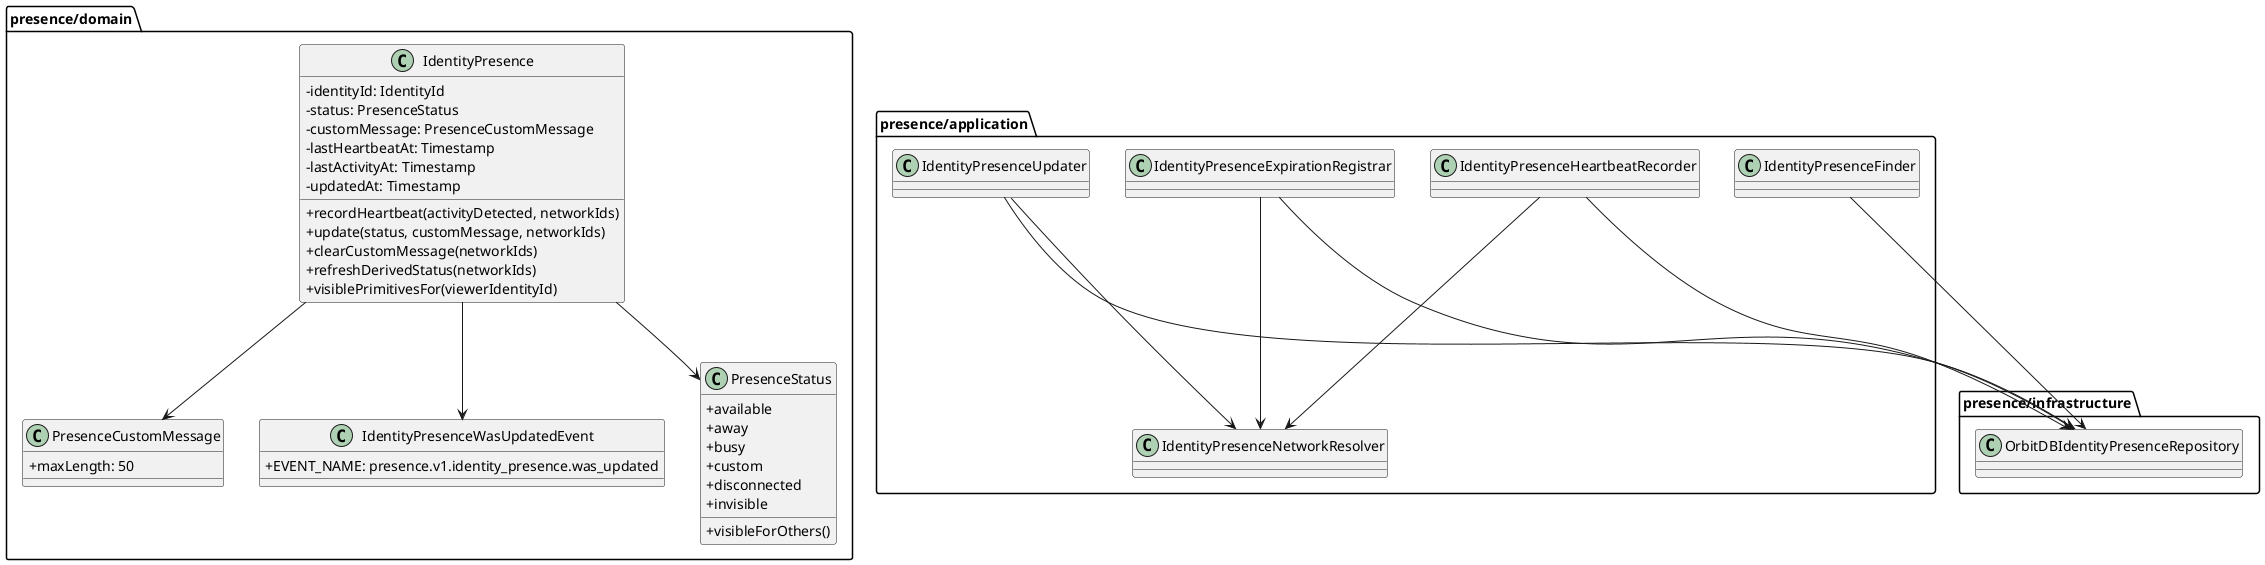
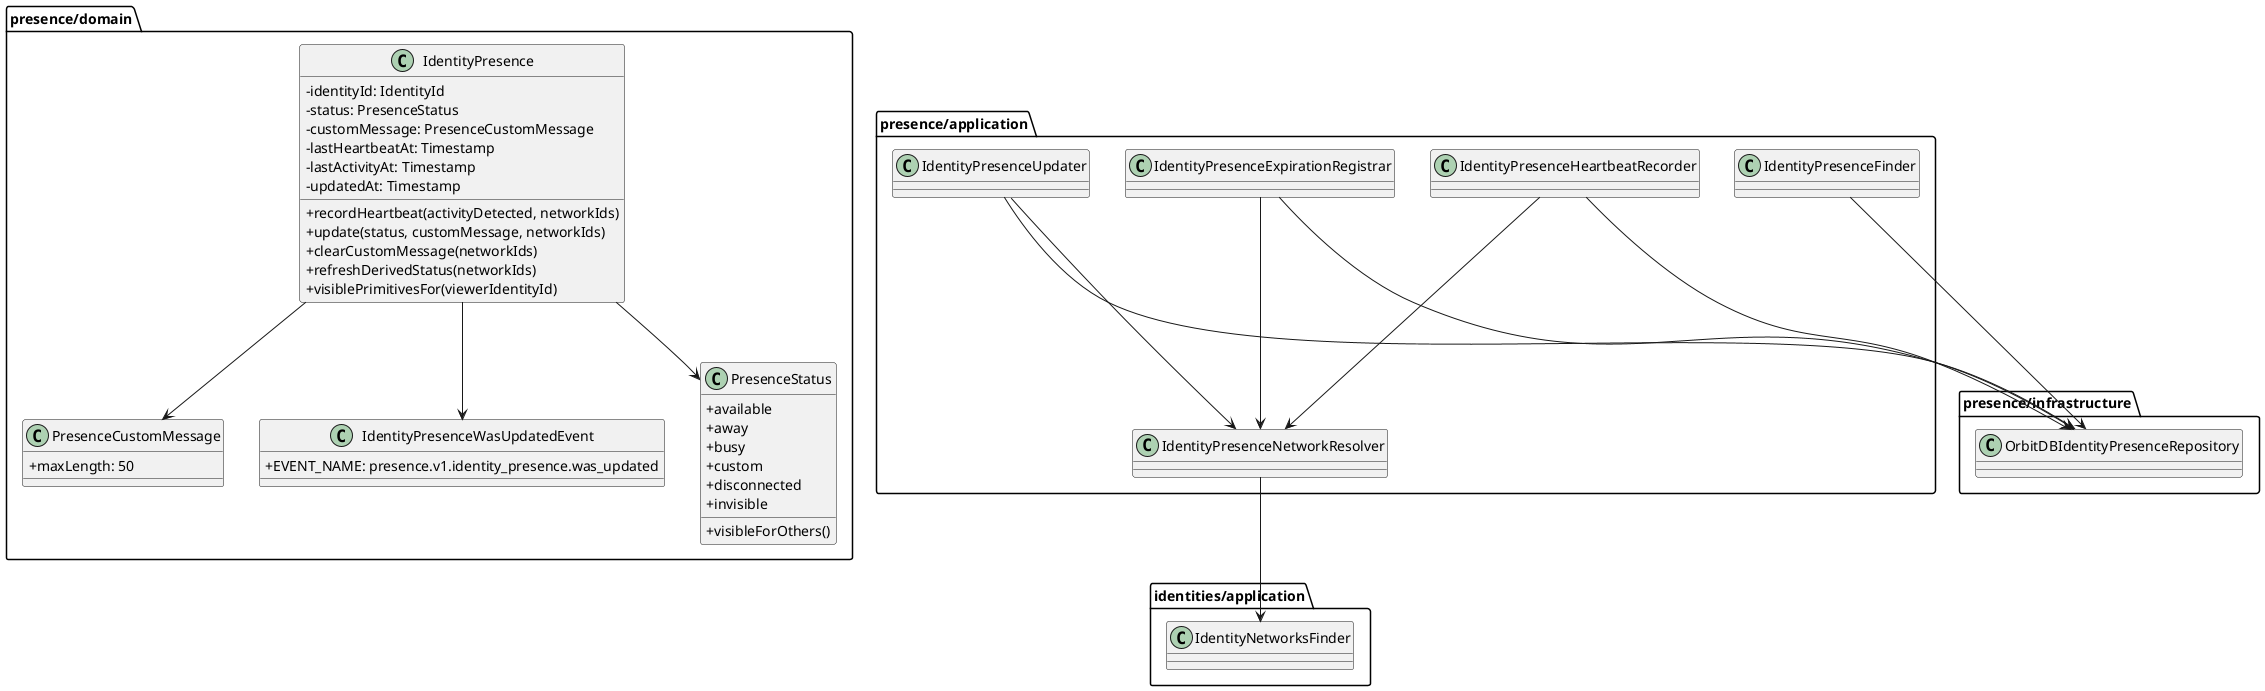
@startuml PresenceClasses

skinparam classAttributeIconSize 0

package "presence/domain" {
  class IdentityPresence {
    - identityId: IdentityId
    - status: PresenceStatus
    - customMessage: PresenceCustomMessage
    - lastHeartbeatAt: Timestamp
    - lastActivityAt: Timestamp
    - updatedAt: Timestamp
    + recordHeartbeat(activityDetected, networkIds)
    + update(status, customMessage, networkIds)
    + clearCustomMessage(networkIds)
    + refreshDerivedStatus(networkIds)
    + visiblePrimitivesFor(viewerIdentityId)
  }

  class PresenceStatus {
    + available
    + away
    + busy
    + custom
    + disconnected
    + invisible
    + visibleForOthers()
  }

  class PresenceCustomMessage {
    + maxLength: 50
  }

  class IdentityPresenceWasUpdatedEvent {
    + EVENT_NAME: presence.v1.identity_presence.was_updated
  }
}

package "presence/application" {
  class IdentityPresenceFinder
  class IdentityPresenceUpdater
  class IdentityPresenceHeartbeatRecorder
  class IdentityPresenceExpirationRegistrar
  class IdentityPresenceNetworkResolver
}

+ package "identities/application" {
+   class IdentityNetworksFinder
+ }
+ 
package "presence/infrastructure" {
  class OrbitDBIdentityPresenceRepository
}

IdentityPresence --> PresenceStatus
IdentityPresence --> PresenceCustomMessage
IdentityPresence --> IdentityPresenceWasUpdatedEvent
IdentityPresenceFinder --> OrbitDBIdentityPresenceRepository
IdentityPresenceUpdater --> OrbitDBIdentityPresenceRepository
IdentityPresenceUpdater --> IdentityPresenceNetworkResolver
IdentityPresenceHeartbeatRecorder --> OrbitDBIdentityPresenceRepository
IdentityPresenceHeartbeatRecorder --> IdentityPresenceNetworkResolver
IdentityPresenceExpirationRegistrar --> OrbitDBIdentityPresenceRepository
IdentityPresenceExpirationRegistrar --> IdentityPresenceNetworkResolver
+ IdentityPresenceNetworkResolver --> IdentityNetworksFinder

@enduml
